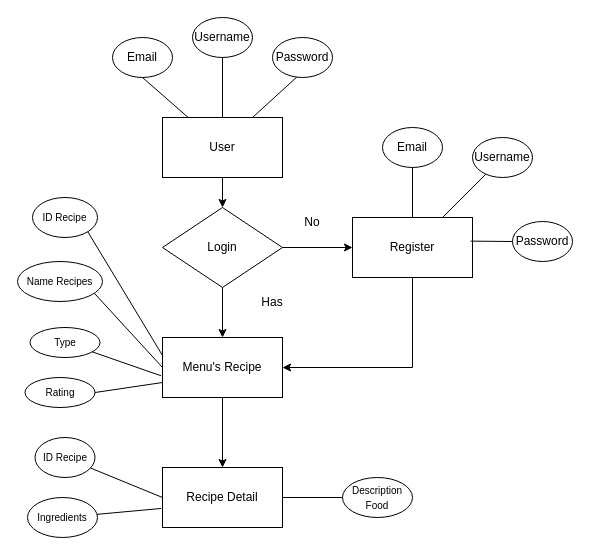
MFaisal00359/Kamu-nanyeaa keeps this draw.io diagram as page "Page-1" (1 of 8) of Exercise.drawio. Above is the earlier version. Source tidied: cells renumbered, new cells numbered last; positions are measured from the earlier drawing's top-left corner, leaving out a move shared by most shapes. Both pictures are drawn from the tidied source at 100%, with x=0, y=0 at pixel (17, 17).
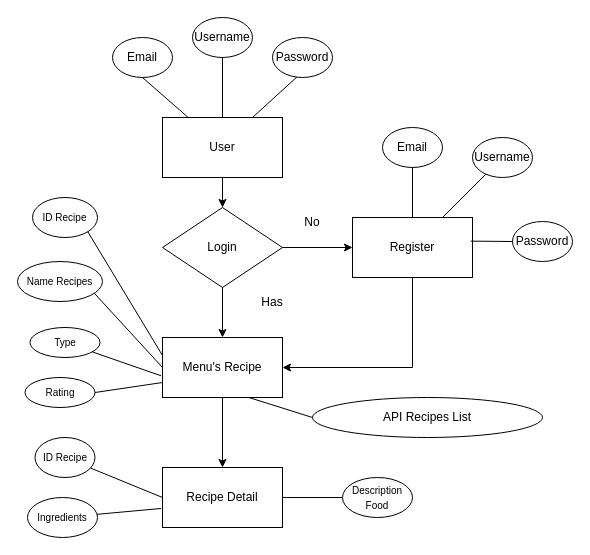
The same diagram, later.

Unchanged cells that the change refers to:
```xml
<mxCell id="11" value="Menu's Recipe" style="rounded=0;whiteSpace=wrap;html=1;" parent="1" vertex="1">
  <mxGeometry x="145" y="320" width="120" height="60" as="geometry" />
</mxCell>
```

Change to the diagram source:
```diff
@@
+    <mxCell id="41" value="API Recipes List" style="ellipse;whiteSpace=wrap;html=1;" parent="1" vertex="1">
+      <mxGeometry x="295" y="380" width="230" height="40" as="geometry" />
+    </mxCell>
+    <mxCell id="42" style="endArrow=none;html=1;rounded=0;exitX=0;exitY=0.5;exitDx=0;exitDy=0;entryX=0.72;entryY=1;entryDx=0;entryDy=0;entryPerimeter=0;" parent="1" edge="1" source="41" target="11">
+      <mxGeometry relative="1" as="geometry" />
+    </mxCell>
```
